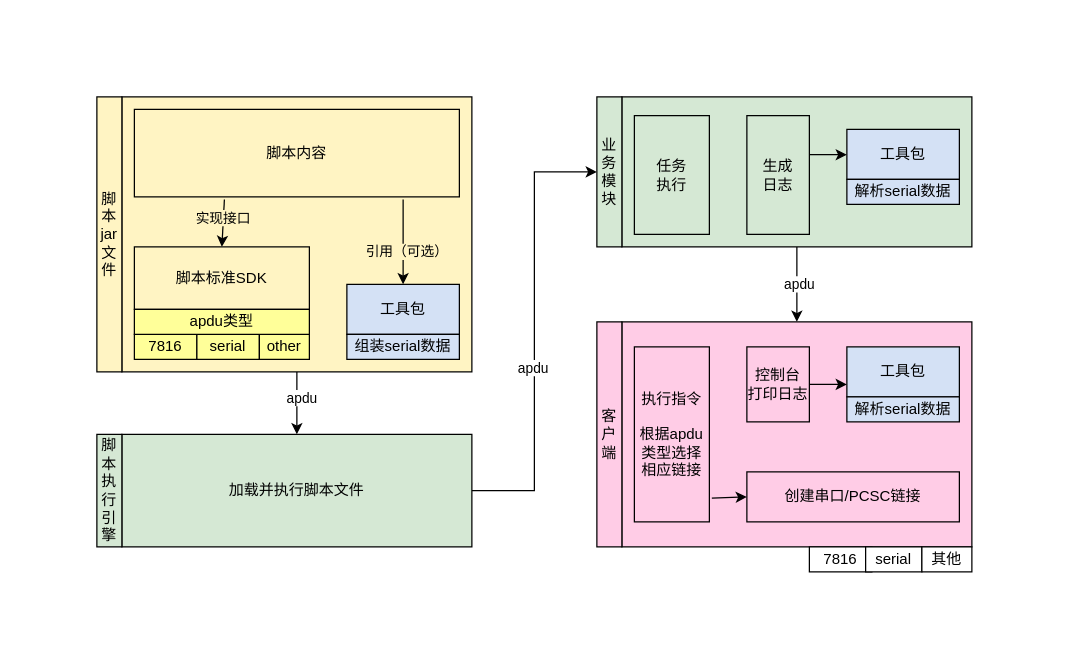
Earlier version of the draw.io diagram 未命名绘图.drawio (buff0000/draw.io). Source tidied: cells renumbered, new cells numbered last; positions are measured from the earlier drawing's top-left corner, leaving out a move shared by most shapes. Both pictures are drawn from the tidied source at 125%, with x=0, y=0 at pixel (96, 96).
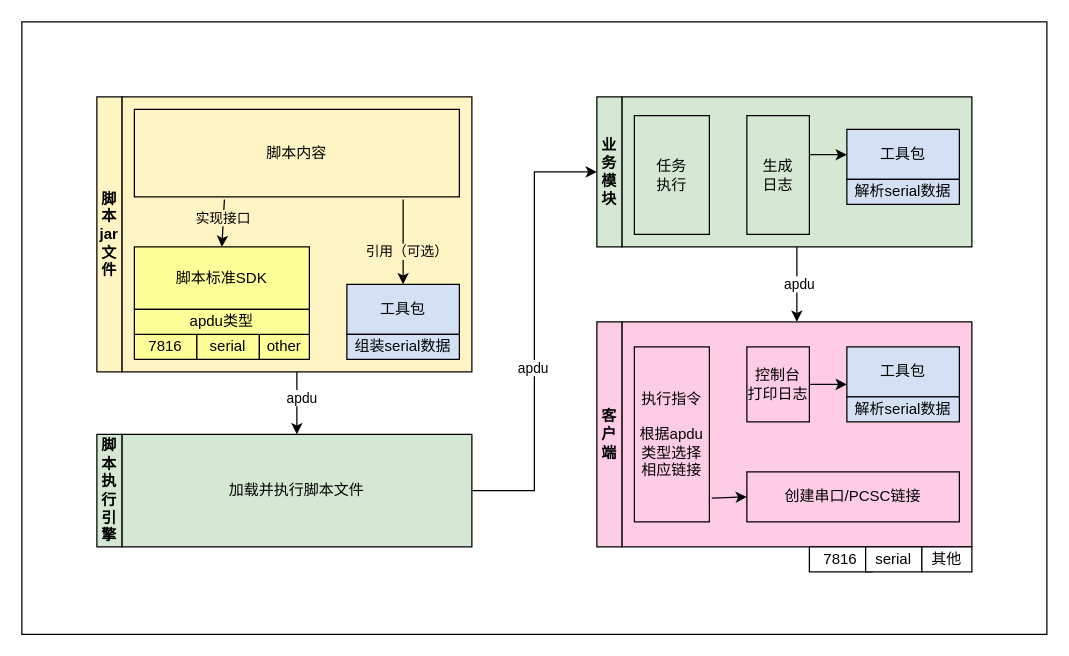
Above is the later version.

Commit message:
更新未命名绘图.drawio

The edit, as a diff of the source:
```diff
@@
+    <mxCell id="44" style="rounded=0;whiteSpace=wrap;html=1;" parent="1" vertex="1">
+      <mxGeometry x="-60" y="-60" width="820" height="490" as="geometry" />
+    </mxCell>
@@
-    <mxCell id="13" value="脚本标准SDK" style="rounded=0;whiteSpace=wrap;html=1;fillColor=#FFF4C3;" parent="1" vertex="1">
+    <mxCell id="13" value="脚本标准SDK" style="rounded=0;whiteSpace=wrap;html=1;fillColor=#FFFF99;" parent="1" vertex="1">
       <mxGeometry x="30" y="120" width="140" height="50" as="geometry" />
     </mxCell>
@@
-    <mxCell id="19" value="业务模块" style="rounded=0;whiteSpace=wrap;html=1;fillColor=#D5E8D4;" parent="1" vertex="1">
+    <mxCell id="19" value="业务模块" style="rounded=0;whiteSpace=wrap;html=1;fillColor=#D5E8D4;fontStyle=1;" parent="1" vertex="1">
       <mxGeometry x="400" width="20" height="120" as="geometry" />
     </mxCell>
@@
-    <mxCell id="29" value="脚本执行引擎" style="rounded=0;whiteSpace=wrap;html=1;fillColor=#D5E8D4;" parent="1" vertex="1">
+    <mxCell id="29" value="脚本执行引擎" style="rounded=0;whiteSpace=wrap;html=1;fillColor=#D5E8D4;fontStyle=1;" parent="1" vertex="1">
       <mxGeometry y="270" width="20" height="90" as="geometry" />
     </mxCell>
@@
-    <mxCell id="33" value="客户端" style="rounded=0;whiteSpace=wrap;html=1;fillColor=#FFCCE6;" parent="1" vertex="1">
+    <mxCell id="33" value="客户端" style="rounded=0;whiteSpace=wrap;html=1;fillColor=#FFCCE6;fontStyle=1;" parent="1" vertex="1">
       <mxGeometry x="400" y="180" width="20" height="180" as="geometry" />
     </mxCell>
-    <mxCell id="34" value="脚本jar文件" style="rounded=0;whiteSpace=wrap;html=1;fillColor=#FFF4C3;" parent="1" vertex="1">
+    <mxCell id="34" value="脚本jar文件" style="rounded=0;whiteSpace=wrap;html=1;fillColor=#FFF4C3;fontStyle=1;" parent="1" vertex="1">
       <mxGeometry width="20" height="220" as="geometry" />
     </mxCell>
```
